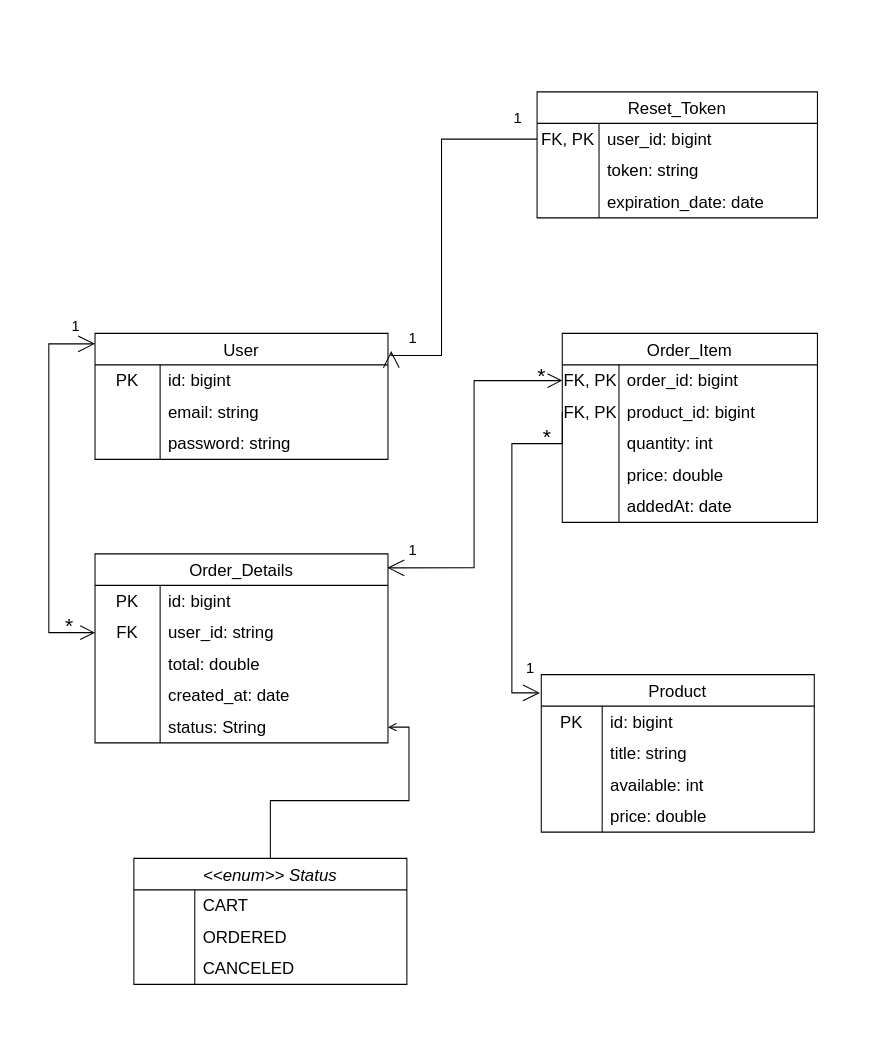
The draw.io diagram docs/shop-api.drawio in aniazio/shop-api, before the edit. Source tidied: cells renumbered, new cells numbered last; positions are measured from the earlier drawing's top-left corner, leaving out a move shared by most shapes. Both pictures are drawn from the tidied source at 105%, with x=0, y=0 at pixel (48, 91).
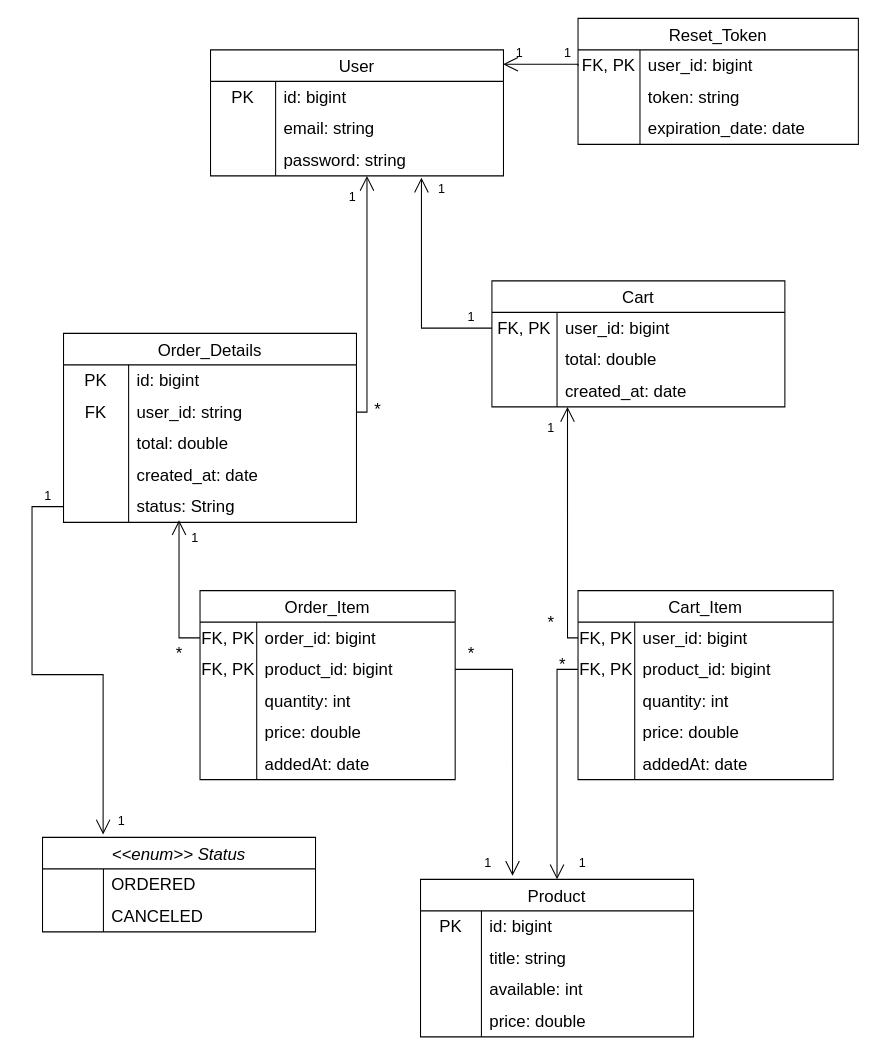
The same page after the edit.

The change refers to these unchanged cells:
```xml
<mxCell id="3" style="shape=tableRow;horizontal=0;startSize=0;swimlaneHead=0;swimlaneBody=0;top=0;left=0;bottom=0;right=0;fillColor=none;points=[[0,0.5],[1,0.5]];portConstraint=eastwest;strokeColor=inherit;fontSize=16;" parent="2" vertex="1">
  <mxGeometry y="30" width="243" height="30" as="geometry" />
</mxCell>
<mxCell id="6" style="shape=tableRow;horizontal=0;startSize=0;swimlaneHead=0;swimlaneBody=0;top=0;left=0;bottom=0;right=0;fillColor=none;points=[[0,0.5],[1,0.5]];portConstraint=eastwest;strokeColor=inherit;fontSize=16;" parent="2" vertex="1">
  <mxGeometry y="60" width="243" height="30" as="geometry" />
</mxCell>
<mxCell id="22" style="shape=tableRow;horizontal=0;startSize=0;swimlaneHead=0;swimlaneBody=0;top=0;left=0;bottom=0;right=0;fillColor=none;points=[[0,0.5],[1,0.5]];portConstraint=eastwest;strokeColor=inherit;fontSize=16;" parent="18" vertex="1">
  <mxGeometry y="60" width="279" height="30" as="geometry" />
</mxCell>
<mxCell id="31" style="shape=tableRow;horizontal=0;startSize=0;swimlaneHead=0;swimlaneBody=0;top=0;left=0;bottom=0;right=0;fillColor=none;points=[[0,0.5],[1,0.5]];portConstraint=eastwest;strokeColor=inherit;fontSize=16;" parent="18" vertex="1">
  <mxGeometry y="150" width="279" height="30" as="geometry" />
</mxCell>
<mxCell id="54" style="shape=tableRow;horizontal=0;startSize=0;swimlaneHead=0;swimlaneBody=0;top=0;left=0;bottom=0;right=0;fillColor=none;points=[[0,0.5],[1,0.5]];portConstraint=eastwest;strokeColor=inherit;fontSize=16;" parent="47" vertex="1">
  <mxGeometry y="90" width="279" height="30" as="geometry" />
</mxCell>
<mxCell id="75" style="shape=tableRow;horizontal=0;startSize=0;swimlaneHead=0;swimlaneBody=0;top=0;left=0;bottom=0;right=0;fillColor=none;points=[[0,0.5],[1,0.5]];portConstraint=eastwest;strokeColor=inherit;fontSize=16;" parent="74" vertex="1">
  <mxGeometry y="30" width="267" height="30" as="geometry" />
</mxCell>
```

Change to the diagram source:
```diff
@@
     <mxCell id="2" value="Order_Item" style="shape=table;startSize=30;childLayout=tableLayout;rowLines=0;fontStyle=0;strokeColor=default;fontSize=16;" parent="1" vertex="1">
-      <mxGeometry x="489" y="230" width="243" height="180" as="geometry" />
+      <mxGeometry x="144" y="475" width="243" height="180" as="geometry" />
     </mxCell>
@@
     <mxCell id="18" value="Order_Details" style="shape=table;startSize=30;childLayout=tableLayout;rowLines=0;fontStyle=0;strokeColor=default;fontSize=16;" parent="1" vertex="1">
-      <mxGeometry x="44" y="440" width="279" height="180" as="geometry" />
+      <mxGeometry x="14" y="230" width="279" height="180" as="geometry" />
     </mxCell>
@@
     <mxCell id="34" value="Product" style="shape=table;startSize=30;childLayout=tableLayout;rowLines=0;fontStyle=0;strokeColor=default;fontSize=16;" parent="1" vertex="1">
-      <mxGeometry x="469" y="555" width="260" height="150" as="geometry" />
+      <mxGeometry x="354" y="750" width="260" height="150" as="geometry" />
     </mxCell>
@@
     <mxCell id="47" value="User" style="shape=table;startSize=30;childLayout=tableLayout;rowLines=0;fontStyle=0;strokeColor=default;fontSize=16;" parent="1" vertex="1">
-      <mxGeometry x="44" y="230" width="279" height="120" as="geometry" />
+      <mxGeometry x="154" y="-40" width="279" height="120" as="geometry" />
     </mxCell>
@@
-    <mxCell id="57" value="&lt;font style=&quot;font-size: 14px;&quot;&gt;1&lt;/font&gt;" style="endArrow=open;html=1;endSize=12;startArrow=open;startSize=14;startFill=0;edgeStyle=orthogonalEdgeStyle;align=left;verticalAlign=bottom;rounded=0;exitX=0.998;exitY=0.074;exitDx=0;exitDy=0;endFill=0;entryX=0;entryY=0.5;entryDx=0;entryDy=0;exitPerimeter=0;" parent="1" edge="1" source="18" target="3">
-      <mxGeometry x="-0.89" y="5" relative="1" as="geometry">
-        <Array as="points">
-          <mxPoint x="405" y="453" />
-          <mxPoint x="405" y="275" />
-        </Array>
-      </mxGeometry>
-    </mxCell>
-    <mxCell id="58" value="&lt;span style=&quot;font-size: 20px;&quot;&gt;*&lt;/span&gt;" style="text;html=1;align=center;verticalAlign=middle;strokeColor=none;fillColor=none;" parent="1" vertex="1">
-      <mxGeometry x="454" y="250" width="30" height="40" as="geometry" />
-    </mxCell>
-    <mxCell id="59" value="&lt;font style=&quot;font-size: 14px;&quot;&gt;1&lt;/font&gt;" style="endArrow=none;html=1;endSize=12;startArrow=open;startSize=14;startFill=0;edgeStyle=orthogonalEdgeStyle;align=left;verticalAlign=bottom;rounded=0;endFill=0;entryX=0;entryY=0.5;entryDx=0;entryDy=0;exitX=-0.005;exitY=0.116;exitDx=0;exitDy=0;exitPerimeter=0;" parent="1" edge="1" source="34" target="6">
-      <mxGeometry x="-0.91" y="-12" relative="1" as="geometry">
-        <Array as="points">
-          <mxPoint x="441" y="572" />
-          <mxPoint x="441" y="335" />
-        </Array>
-      </mxGeometry>
-    </mxCell>
-    <mxCell id="60" value="&lt;span style=&quot;font-size: 20px; text-align: center; text-wrap: nowrap;&quot;&gt;*&lt;/span&gt;" style="text;whiteSpace=wrap;html=1;" parent="1" vertex="1">
-      <mxGeometry x="469" y="310" width="40" height="40" as="geometry" />
-    </mxCell>
-    <mxCell id="61" value="&lt;font style=&quot;font-size: 14px;&quot;&gt;1&lt;/font&gt;" style="endArrow=open;html=1;endSize=12;startArrow=open;startSize=14;startFill=0;edgeStyle=orthogonalEdgeStyle;align=left;verticalAlign=bottom;rounded=0;endFill=0;entryX=0;entryY=0.5;entryDx=0;entryDy=0;" parent="1" edge="1" target="22">
-      <mxGeometry x="-0.87" y="-6" relative="1" as="geometry">
-        <mxPoint x="44" y="240" as="sourcePoint" />
-        <Array as="points">
-          <mxPoint y="240" />
-          <mxPoint y="515" />
-        </Array>
-      </mxGeometry>
-    </mxCell>
-    <mxCell id="62" value="&lt;span style=&quot;font-size: 20px; text-align: center; text-wrap: nowrap;&quot;&gt;*&lt;/span&gt;" style="text;whiteSpace=wrap;html=1;" parent="1" vertex="1">
-      <mxGeometry x="14" y="490" width="30" height="50" as="geometry" />
-    </mxCell>
-    <mxCell id="63" style="edgeStyle=orthogonalEdgeStyle;rounded=0;jettySize=auto;html=1;exitX=0.5;exitY=0;exitDx=0;exitDy=0;entryX=1;entryY=0.5;entryDx=0;entryDy=0;endArrow=open;endFill=0;" parent="1" edge="1" source="64" target="31">
-      <mxGeometry relative="1" as="geometry" />
-    </mxCell>
     <mxCell id="64" value="&lt;&lt;enum&gt;&gt; Status" style="shape=table;startSize=30;childLayout=tableLayout;rowLines=0;fontStyle=2;strokeColor=default;fontSize=16;" parent="1" vertex="1">
-      <mxGeometry x="81" y="730" width="260" height="120" as="geometry" />
+      <mxGeometry x="-6" y="710" width="260" height="90" as="geometry" />
     </mxCell>
-    <mxCell id="65" style="shape=tableRow;horizontal=0;startSize=0;swimlaneHead=0;swimlaneBody=0;top=0;left=0;bottom=0;right=0;fillColor=none;strokeColor=inherit;fontSize=16;" parent="64" vertex="1">
-      <mxGeometry y="30" width="260" height="30" as="geometry" />
-    </mxCell>
-    <mxCell id="66" style="shape=partialRectangle;html=1;whiteSpace=wrap;fillColor=none;top=0;left=0;bottom=0;right=0;overflow=hidden;strokeColor=inherit;fontSize=16;" parent="65" vertex="1">
-      <mxGeometry width="58" height="30" as="geometry" />
-    </mxCell>
-    <mxCell id="67" value="CART" style="shape=partialRectangle;html=1;whiteSpace=wrap;fillColor=none;top=0;left=0;bottom=0;right=0;align=left;spacingLeft=6;overflow=hidden;strokeColor=inherit;fontSize=16;" parent="65" vertex="1">
-      <mxGeometry x="58" width="202" height="30" as="geometry" />
-    </mxCell>
     <mxCell id="68" style="shape=tableRow;horizontal=0;startSize=0;swimlaneHead=0;swimlaneBody=0;top=0;left=0;bottom=0;right=0;fillColor=none;strokeColor=inherit;fontSize=16;" parent="64" vertex="1">
-      <mxGeometry y="60" width="260" height="30" as="geometry" />
+      <mxGeometry y="30" width="260" height="30" as="geometry" />
     </mxCell>
@@
     <mxCell id="71" style="shape=tableRow;horizontal=0;startSize=0;swimlaneHead=0;swimlaneBody=0;top=0;left=0;bottom=0;right=0;fillColor=none;strokeColor=inherit;fontSize=16;" parent="64" vertex="1">
-      <mxGeometry y="90" width="260" height="30" as="geometry" />
+      <mxGeometry y="60" width="260" height="30" as="geometry" />
     </mxCell>
@@
     <mxCell id="74" value="Reset_Token" style="shape=table;startSize=30;childLayout=tableLayout;rowLines=0;fontStyle=0;strokeColor=default;fontSize=16;" parent="1" vertex="1">
-      <mxGeometry x="465" width="267" height="120" as="geometry" />
+      <mxGeometry x="504" y="-70" width="267" height="120" as="geometry" />
     </mxCell>
@@
-    <mxCell id="84" value="&lt;font style=&quot;font-size: 14px;&quot;&gt;1&lt;/font&gt;" style="endArrow=none;html=1;endSize=12;startArrow=open;startSize=14;startFill=0;edgeStyle=orthogonalEdgeStyle;align=left;verticalAlign=bottom;rounded=0;exitX=1.011;exitY=0.139;exitDx=0;exitDy=0;endFill=0;entryX=0;entryY=0.5;entryDx=0;entryDy=0;exitPerimeter=0;" parent="1" edge="1" source="47" target="75">
-      <mxGeometry x="-0.89" y="5" relative="1" as="geometry">
-        <Array as="points">
-          <mxPoint x="374" y="251" />
-          <mxPoint x="374" y="45" />
-        </Array>
-      </mxGeometry>
-    </mxCell>
-    <mxCell id="85" value="&lt;span style=&quot;text-align: center; text-wrap: nowrap;&quot;&gt;&lt;font style=&quot;font-size: 14px;&quot;&gt;1&lt;/font&gt;&lt;/span&gt;" style="text;whiteSpace=wrap;html=1;" parent="1" vertex="1">
-      <mxGeometry x="441" y="10" width="40" height="40" as="geometry" />
-    </mxCell>
+    <mxCell id="86" value="Cart" style="shape=table;startSize=30;childLayout=tableLayout;rowLines=0;fontStyle=0;strokeColor=default;fontSize=16;" parent="1" vertex="1">
+      <mxGeometry x="422" y="180" width="279" height="120" as="geometry" />
+    </mxCell>
+    <mxCell id="87" style="shape=tableRow;horizontal=0;startSize=0;swimlaneHead=0;swimlaneBody=0;top=0;left=0;bottom=0;right=0;fillColor=none;points=[[0,0.5],[1,0.5]];portConstraint=eastwest;strokeColor=inherit;fontSize=16;" parent="86" vertex="1">
+      <mxGeometry y="30" width="279" height="30" as="geometry" />
+    </mxCell>
+    <mxCell id="88" value="FK, PK" style="shape=partialRectangle;html=1;whiteSpace=wrap;fillColor=none;top=0;left=0;bottom=0;right=0;overflow=hidden;strokeColor=inherit;fontSize=16;" parent="87" vertex="1">
+      <mxGeometry width="62" height="30" as="geometry" />
+    </mxCell>
+    <mxCell id="89" value="user_id: bigint" style="shape=partialRectangle;html=1;whiteSpace=wrap;fillColor=none;top=0;left=0;bottom=0;right=0;align=left;spacingLeft=6;overflow=hidden;strokeColor=inherit;fontSize=16;" parent="87" vertex="1">
+      <mxGeometry x="62" width="217" height="30" as="geometry" />
+    </mxCell>
+    <mxCell id="90" style="shape=tableRow;horizontal=0;startSize=0;swimlaneHead=0;swimlaneBody=0;top=0;left=0;bottom=0;right=0;fillColor=none;strokeColor=inherit;fontSize=16;" parent="86" vertex="1">
+      <mxGeometry y="60" width="279" height="30" as="geometry" />
+    </mxCell>
+    <mxCell id="91" style="shape=partialRectangle;html=1;whiteSpace=wrap;fillColor=none;top=0;left=0;bottom=0;right=0;overflow=hidden;strokeColor=inherit;fontSize=16;" parent="90" vertex="1">
+      <mxGeometry width="62" height="30" as="geometry" />
+    </mxCell>
+    <mxCell id="92" value="total: double" style="shape=partialRectangle;html=1;whiteSpace=wrap;fillColor=none;top=0;left=0;bottom=0;right=0;align=left;spacingLeft=6;overflow=hidden;strokeColor=inherit;fontSize=16;" parent="90" vertex="1">
+      <mxGeometry x="62" width="217" height="30" as="geometry" />
+    </mxCell>
+    <mxCell id="93" style="shape=tableRow;horizontal=0;startSize=0;swimlaneHead=0;swimlaneBody=0;top=0;left=0;bottom=0;right=0;fillColor=none;points=[[0,0.5],[1,0.5]];portConstraint=eastwest;strokeColor=inherit;fontSize=16;" parent="86" vertex="1">
+      <mxGeometry y="90" width="279" height="30" as="geometry" />
+    </mxCell>
+    <mxCell id="94" style="shape=partialRectangle;html=1;whiteSpace=wrap;fillColor=none;top=0;left=0;bottom=0;right=0;overflow=hidden;strokeColor=inherit;fontSize=16;" parent="93" vertex="1">
+      <mxGeometry width="62" height="30" as="geometry" />
+    </mxCell>
+    <mxCell id="95" value="created_at: date" style="shape=partialRectangle;html=1;whiteSpace=wrap;fillColor=none;top=0;left=0;bottom=0;right=0;align=left;spacingLeft=6;overflow=hidden;strokeColor=inherit;fontSize=16;" parent="93" vertex="1">
+      <mxGeometry x="62" width="217" height="30" as="geometry" />
+    </mxCell>
+    <mxCell id="96" value="Cart_Item" style="shape=table;startSize=30;childLayout=tableLayout;rowLines=0;fontStyle=0;strokeColor=default;fontSize=16;" parent="1" vertex="1">
+      <mxGeometry x="504" y="475" width="243" height="180" as="geometry" />
+    </mxCell>
+    <mxCell id="97" style="shape=tableRow;horizontal=0;startSize=0;swimlaneHead=0;swimlaneBody=0;top=0;left=0;bottom=0;right=0;fillColor=none;points=[[0,0.5],[1,0.5]];portConstraint=eastwest;strokeColor=inherit;fontSize=16;" parent="96" vertex="1">
+      <mxGeometry y="30" width="243" height="30" as="geometry" />
+    </mxCell>
+    <mxCell id="98" value="FK, PK" style="shape=partialRectangle;html=1;whiteSpace=wrap;fillColor=none;top=0;left=0;bottom=0;right=0;overflow=hidden;strokeColor=inherit;fontSize=16;" parent="97" vertex="1">
+      <mxGeometry width="54" height="30" as="geometry" />
+    </mxCell>
+    <mxCell id="99" value="user_id: bigint" style="shape=partialRectangle;html=1;whiteSpace=wrap;fillColor=none;top=0;left=0;bottom=0;right=0;align=left;spacingLeft=6;overflow=hidden;strokeColor=inherit;fontSize=16;" parent="97" vertex="1">
+      <mxGeometry x="54" width="189" height="30" as="geometry" />
+    </mxCell>
+    <mxCell id="100" style="shape=tableRow;horizontal=0;startSize=0;swimlaneHead=0;swimlaneBody=0;top=0;left=0;bottom=0;right=0;fillColor=none;points=[[0,0.5],[1,0.5]];portConstraint=eastwest;strokeColor=inherit;fontSize=16;" parent="96" vertex="1">
+      <mxGeometry y="60" width="243" height="30" as="geometry" />
+    </mxCell>
+    <mxCell id="101" value="FK, PK" style="shape=partialRectangle;html=1;whiteSpace=wrap;fillColor=none;top=0;left=0;bottom=0;right=0;overflow=hidden;strokeColor=inherit;fontSize=16;" parent="100" vertex="1">
+      <mxGeometry width="54" height="30" as="geometry" />
+    </mxCell>
+    <mxCell id="102" value="product_id: bigint" style="shape=partialRectangle;html=1;whiteSpace=wrap;fillColor=none;top=0;left=0;bottom=0;right=0;align=left;spacingLeft=6;overflow=hidden;strokeColor=inherit;fontSize=16;" parent="100" vertex="1">
+      <mxGeometry x="54" width="189" height="30" as="geometry" />
+    </mxCell>
+    <mxCell id="103" style="shape=tableRow;horizontal=0;startSize=0;swimlaneHead=0;swimlaneBody=0;top=0;left=0;bottom=0;right=0;fillColor=none;strokeColor=inherit;fontSize=16;" parent="96" vertex="1">
+      <mxGeometry y="90" width="243" height="30" as="geometry" />
+    </mxCell>
+    <mxCell id="104" style="shape=partialRectangle;html=1;whiteSpace=wrap;fillColor=none;top=0;left=0;bottom=0;right=0;overflow=hidden;strokeColor=inherit;fontSize=16;" parent="103" vertex="1">
+      <mxGeometry width="54" height="30" as="geometry" />
+    </mxCell>
+    <mxCell id="105" value="quantity: int" style="shape=partialRectangle;html=1;whiteSpace=wrap;fillColor=none;top=0;left=0;bottom=0;right=0;align=left;spacingLeft=6;overflow=hidden;strokeColor=inherit;fontSize=16;" parent="103" vertex="1">
+      <mxGeometry x="54" width="189" height="30" as="geometry" />
+    </mxCell>
+    <mxCell id="106" style="shape=tableRow;horizontal=0;startSize=0;swimlaneHead=0;swimlaneBody=0;top=0;left=0;bottom=0;right=0;fillColor=none;strokeColor=inherit;fontSize=16;" parent="96" vertex="1">
+      <mxGeometry y="120" width="243" height="30" as="geometry" />
+    </mxCell>
+    <mxCell id="107" style="shape=partialRectangle;html=1;whiteSpace=wrap;fillColor=none;top=0;left=0;bottom=0;right=0;overflow=hidden;strokeColor=inherit;fontSize=16;" parent="106" vertex="1">
+      <mxGeometry width="54" height="30" as="geometry" />
+    </mxCell>
+    <mxCell id="108" value="price: double" style="shape=partialRectangle;html=1;whiteSpace=wrap;fillColor=none;top=0;left=0;bottom=0;right=0;align=left;spacingLeft=6;overflow=hidden;strokeColor=inherit;fontSize=16;" parent="106" vertex="1">
+      <mxGeometry x="54" width="189" height="30" as="geometry" />
+    </mxCell>
+    <mxCell id="109" style="shape=tableRow;horizontal=0;startSize=0;swimlaneHead=0;swimlaneBody=0;top=0;left=0;bottom=0;right=0;fillColor=none;strokeColor=inherit;fontSize=16;" parent="96" vertex="1">
+      <mxGeometry y="150" width="243" height="30" as="geometry" />
+    </mxCell>
+    <mxCell id="110" style="shape=partialRectangle;html=1;whiteSpace=wrap;fillColor=none;top=0;left=0;bottom=0;right=0;overflow=hidden;strokeColor=inherit;fontSize=16;" parent="109" vertex="1">
+      <mxGeometry width="54" height="30" as="geometry" />
+    </mxCell>
+    <mxCell id="111" value="addedAt: date" style="shape=partialRectangle;html=1;whiteSpace=wrap;fillColor=none;top=0;left=0;bottom=0;right=0;align=left;spacingLeft=6;overflow=hidden;strokeColor=inherit;fontSize=16;" parent="109" vertex="1">
+      <mxGeometry x="54" width="189" height="30" as="geometry" />
+    </mxCell>
+    <mxCell id="112" style="endArrow=open;endFill=1;endSize=12;html=1;rounded=0;edgeStyle=orthogonalEdgeStyle;entryX=0.72;entryY=1.058;entryDx=0;entryDy=0;entryPerimeter=0;exitX=0;exitY=0.5;exitDx=0;exitDy=0;" parent="1" edge="1" source="87" target="54">
+      <mxGeometry relative="1" as="geometry">
+        <Array as="points">
+          <mxPoint x="355" y="225" />
+        </Array>
+      </mxGeometry>
+    </mxCell>
+    <mxCell id="113" style="endArrow=open;endFill=1;endSize=12;html=1;rounded=0;exitX=1;exitY=0.5;exitDx=0;exitDy=0;edgeStyle=orthogonalEdgeStyle;" parent="1" edge="1" source="22">
+      <mxGeometry relative="1" as="geometry">
+        <mxPoint x="303" y="80" as="targetPoint" />
+        <Array as="points">
+          <mxPoint x="303" y="305" />
+          <mxPoint x="303" y="84" />
+        </Array>
+      </mxGeometry>
+    </mxCell>
+    <mxCell id="114" style="endArrow=open;endFill=1;endSize=12;html=1;rounded=0;edgeStyle=orthogonalEdgeStyle;entryX=0.258;entryY=1;entryDx=0;entryDy=0;entryPerimeter=0;exitX=0;exitY=0.5;exitDx=0;exitDy=0;" parent="1" edge="1" source="97" target="93">
+      <mxGeometry relative="1" as="geometry" />
+    </mxCell>
+    <mxCell id="115" style="endArrow=open;endFill=1;endSize=12;html=1;rounded=0;edgeStyle=orthogonalEdgeStyle;exitX=0;exitY=0.5;exitDx=0;exitDy=0;" parent="1" edge="1" source="3">
+      <mxGeometry relative="1" as="geometry">
+        <mxPoint x="124" y="408" as="targetPoint" />
+        <Array as="points">
+          <mxPoint x="124" y="520" />
+          <mxPoint x="124" y="408" />
+        </Array>
+      </mxGeometry>
+    </mxCell>
+    <mxCell id="116" style="endArrow=open;endFill=1;endSize=12;html=1;rounded=0;exitX=0;exitY=0.5;exitDx=0;exitDy=0;edgeStyle=orthogonalEdgeStyle;entryX=0.222;entryY=-0.031;entryDx=0;entryDy=0;entryPerimeter=0;" parent="1" edge="1" source="31" target="64">
+      <mxGeometry relative="1" as="geometry">
+        <Array as="points">
+          <mxPoint x="-16" y="395" />
+          <mxPoint x="-16" y="555" />
+          <mxPoint x="52" y="555" />
+        </Array>
+      </mxGeometry>
+    </mxCell>
+    <mxCell id="117" style="endArrow=open;endFill=1;endSize=12;html=1;rounded=0;entryX=0.5;entryY=0;entryDx=0;entryDy=0;exitX=0;exitY=0.5;exitDx=0;exitDy=0;edgeStyle=orthogonalEdgeStyle;" parent="1" edge="1" source="100" target="34">
+      <mxGeometry relative="1" as="geometry" />
+    </mxCell>
+    <mxCell id="118" style="endArrow=open;endFill=1;endSize=12;html=1;rounded=0;entryX=0.337;entryY=-0.023;entryDx=0;entryDy=0;entryPerimeter=0;exitX=1;exitY=0.5;exitDx=0;exitDy=0;edgeStyle=orthogonalEdgeStyle;" parent="1" edge="1" source="6" target="34">
+      <mxGeometry relative="1" as="geometry" />
+    </mxCell>
+    <mxCell id="119" style="endArrow=open;endFill=1;endSize=12;html=1;rounded=0;entryX=0.999;entryY=0.114;entryDx=0;entryDy=0;entryPerimeter=0;exitX=0;exitY=0.5;exitDx=0;exitDy=0;edgeStyle=orthogonalEdgeStyle;" parent="1" edge="1" source="75" target="47">
+      <mxGeometry relative="1" as="geometry">
+        <Array as="points">
+          <mxPoint x="504" y="-26" />
+        </Array>
+      </mxGeometry>
+    </mxCell>
+    <mxCell id="120" value="1" style="text;html=1;align=center;verticalAlign=middle;strokeColor=none;fillColor=none;" parent="1" vertex="1">
+      <mxGeometry x="479" y="-52" width="30" height="30" as="geometry" />
+    </mxCell>
+    <mxCell id="121" value="1" style="text;html=1;align=center;verticalAlign=middle;strokeColor=none;fillColor=none;" parent="1" vertex="1">
+      <mxGeometry x="433" y="-52" width="30" height="30" as="geometry" />
+    </mxCell>
+    <mxCell id="122" value="1" style="text;html=1;align=center;verticalAlign=middle;strokeColor=none;fillColor=none;" parent="1" vertex="1">
+      <mxGeometry x="359" y="78" width="30" height="30" as="geometry" />
+    </mxCell>
+    <mxCell id="123" value="1" style="text;html=1;align=center;verticalAlign=middle;strokeColor=none;fillColor=none;" parent="1" vertex="1">
+      <mxGeometry x="387" y="200" width="30" height="30" as="geometry" />
+    </mxCell>
+    <mxCell id="124" value="1" style="text;html=1;align=center;verticalAlign=middle;strokeColor=none;fillColor=none;" parent="1" vertex="1">
+      <mxGeometry x="274" y="85" width="30" height="30" as="geometry" />
+    </mxCell>
+    <mxCell id="125" value="&lt;font style=&quot;font-size: 16px;&quot;&gt;*&lt;/font&gt;" style="text;html=1;align=center;verticalAlign=middle;strokeColor=none;fillColor=none;" parent="1" vertex="1">
+      <mxGeometry x="298" y="287" width="30" height="30" as="geometry" />
+    </mxCell>
+    <mxCell id="126" value="1" style="text;html=1;align=center;verticalAlign=middle;strokeColor=none;fillColor=none;" parent="1" vertex="1">
+      <mxGeometry x="463" y="305" width="30" height="30" as="geometry" />
+    </mxCell>
+    <mxCell id="127" value="1" style="text;html=1;align=center;verticalAlign=middle;strokeColor=none;fillColor=none;" parent="1" vertex="1">
+      <mxGeometry x="403" y="720" width="30" height="30" as="geometry" />
+    </mxCell>
+    <mxCell id="128" value="1" style="text;html=1;align=center;verticalAlign=middle;strokeColor=none;fillColor=none;" parent="1" vertex="1">
+      <mxGeometry x="493" y="720" width="30" height="30" as="geometry" />
+    </mxCell>
+    <mxCell id="129" value="&lt;font style=&quot;font-size: 16px;&quot;&gt;*&lt;/font&gt;" style="text;html=1;align=center;verticalAlign=middle;strokeColor=none;fillColor=none;" parent="1" vertex="1">
+      <mxGeometry x="387" y="520" width="30" height="30" as="geometry" />
+    </mxCell>
+    <mxCell id="130" value="&lt;font style=&quot;font-size: 16px;&quot;&gt;*&lt;/font&gt;" style="text;html=1;align=center;verticalAlign=middle;strokeColor=none;fillColor=none;" parent="1" vertex="1">
+      <mxGeometry x="474" y="530" width="30" height="30" as="geometry" />
+    </mxCell>
+    <mxCell id="131" value="&lt;font style=&quot;font-size: 16px;&quot;&gt;*&lt;/font&gt;" style="text;html=1;align=center;verticalAlign=middle;strokeColor=none;fillColor=none;" parent="1" vertex="1">
+      <mxGeometry x="463" y="490" width="30" height="30" as="geometry" />
+    </mxCell>
+    <mxCell id="132" value="&lt;font style=&quot;font-size: 16px;&quot;&gt;*&lt;/font&gt;" style="text;html=1;align=center;verticalAlign=middle;strokeColor=none;fillColor=none;" parent="1" vertex="1">
+      <mxGeometry x="109" y="520" width="30" height="30" as="geometry" />
+    </mxCell>
+    <mxCell id="133" value="1" style="text;html=1;align=center;verticalAlign=middle;strokeColor=none;fillColor=none;" parent="1" vertex="1">
+      <mxGeometry x="124" y="410" width="30" height="30" as="geometry" />
+    </mxCell>
+    <mxCell id="134" value="1" style="text;html=1;align=center;verticalAlign=middle;strokeColor=none;fillColor=none;" parent="1" vertex="1">
+      <mxGeometry x="-16" y="370" width="30" height="30" as="geometry" />
+    </mxCell>
+    <mxCell id="135" value="1" style="text;html=1;align=center;verticalAlign=middle;strokeColor=none;fillColor=none;" parent="1" vertex="1">
+      <mxGeometry x="54" y="680" width="30" height="30" as="geometry" />
+    </mxCell>
```
